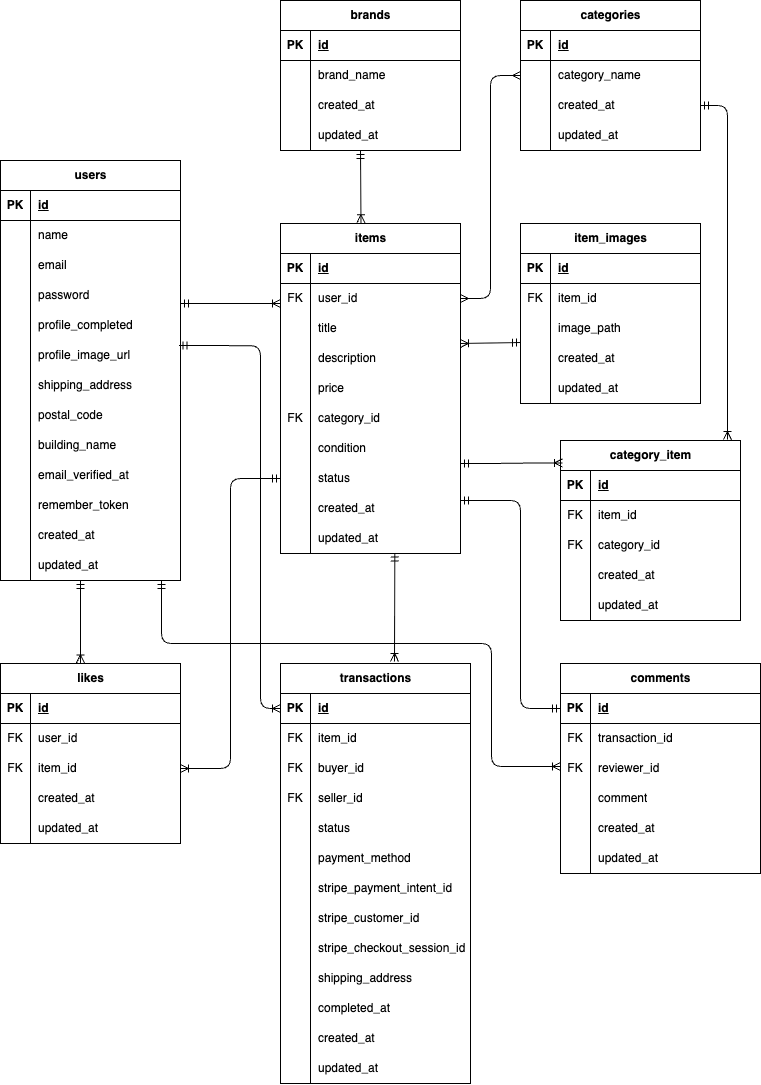
Above: er.drawio.png in S185900/flea-market-app (draw.io), before the change. Source tidied: cells renumbered, new cells last; positions are measured from the earlier drawing's top-left corner, leaving out a move shared by most shapes.
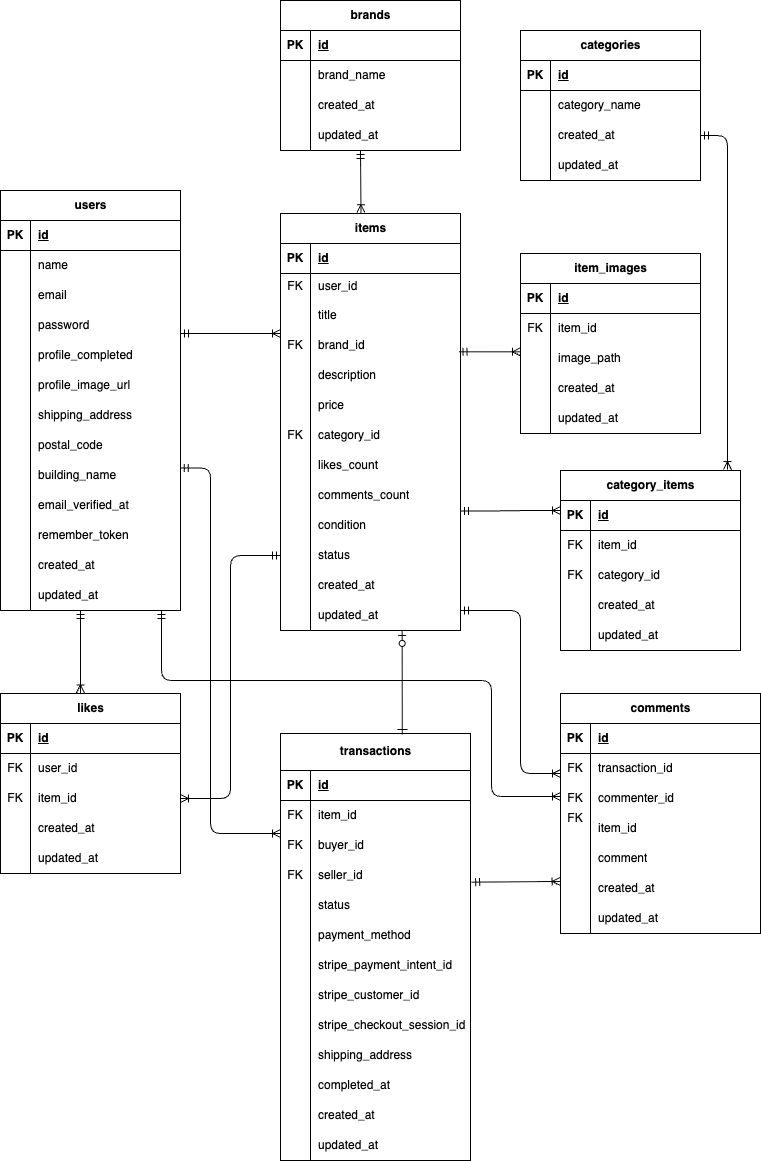
After the change.

What changed in the source:
```diff
@@ -1,2 +1,2 @@
-<mxGraphModel>
+<mxGraphModel background="#FFFFFF">
   <root>
@@ -125,3 +125,3 @@
     <mxCell id="42" value="items" style="shape=table;startSize=30;rowLines=0;fontStyle=1;align=center;html=1;" parent="1" vertex="1">
-      <mxGeometry x="280" y="223" width="180" height="330" as="geometry" />
+      <mxGeometry x="280" y="183" width="180" height="417" as="geometry" />
     </mxCell>
@@ -137,12 +137,12 @@
     <mxCell id="46" style="shape=tableRow;horizontal=0;startSize=0;swimlaneHead=0;swimlaneBody=0;fillColor=none;points=[[0,0.5],[1,0.5]];portConstraint=eastwest;top=0;left=0;right=0;bottom=0;" parent="42" vertex="1">
-      <mxGeometry y="60" width="180" height="30" as="geometry" />
+      <mxGeometry y="60" width="180" height="27" as="geometry" />
     </mxCell>
     <mxCell id="47" value="FK" style="shape=partialRectangle;fillColor=none;top=0;left=0;bottom=0;right=0;overflow=hidden;whiteSpace=wrap;html=1;" parent="46" vertex="1">
-      <mxGeometry width="30" height="30" as="geometry" />
+      <mxGeometry width="30" height="27" as="geometry" />
     </mxCell>
     <mxCell id="48" value="user_id" style="shape=partialRectangle;fillColor=none;top=0;left=0;bottom=0;right=0;align=left;spacingLeft=6;overflow=hidden;whiteSpace=wrap;html=1;" parent="46" vertex="1">
-      <mxGeometry x="30" width="150" height="30" as="geometry" />
+      <mxGeometry x="30" width="150" height="27" as="geometry" />
     </mxCell>
     <mxCell id="49" style="shape=tableRow;horizontal=0;startSize=0;swimlaneHead=0;swimlaneBody=0;fillColor=none;top=0;left=0;right=0;bottom=0;" parent="42" vertex="1">
-      <mxGeometry y="90" width="180" height="30" as="geometry" />
+      <mxGeometry y="87" width="180" height="30" as="geometry" />
     </mxCell>
@@ -154,4 +154,13 @@
     </mxCell>
+    <mxCell id="218" style="shape=tableRow;horizontal=0;startSize=0;swimlaneHead=0;swimlaneBody=0;fillColor=none;points=[[0,0.5],[1,0.5]];portConstraint=eastwest;top=0;left=0;right=0;bottom=0;" parent="42" vertex="1">
+      <mxGeometry y="117" width="180" height="30" as="geometry" />
+    </mxCell>
+    <mxCell id="219" style="shape=partialRectangle;fillColor=none;top=0;left=0;bottom=0;right=0;overflow=hidden;whiteSpace=wrap;html=1;" parent="218" vertex="1">
+      <mxGeometry width="30" height="30" as="geometry" />
+    </mxCell>
+    <mxCell id="220" value="brand_id" style="shape=partialRectangle;fillColor=none;top=0;left=0;bottom=0;right=0;align=left;spacingLeft=6;overflow=hidden;whiteSpace=wrap;html=1;" parent="218" vertex="1">
+      <mxGeometry x="30" width="150" height="30" as="geometry" />
+    </mxCell>
     <mxCell id="52" style="shape=tableRow;horizontal=0;startSize=0;swimlaneHead=0;swimlaneBody=0;fillColor=none;top=0;left=0;right=0;bottom=0;" parent="42" vertex="1">
-      <mxGeometry y="120" width="180" height="30" as="geometry" />
+      <mxGeometry y="147" width="180" height="30" as="geometry" />
     </mxCell>
@@ -164,3 +173,3 @@
     <mxCell id="55" style="shape=tableRow;horizontal=0;startSize=0;swimlaneHead=0;swimlaneBody=0;fillColor=none;top=0;left=0;right=0;bottom=0;" parent="42" vertex="1">
-      <mxGeometry y="150" width="180" height="30" as="geometry" />
+      <mxGeometry y="177" width="180" height="30" as="geometry" />
     </mxCell>
@@ -173,3 +182,3 @@
     <mxCell id="58" style="shape=tableRow;horizontal=0;startSize=0;swimlaneHead=0;swimlaneBody=0;fillColor=none;top=0;left=0;right=0;bottom=0;" parent="42" vertex="1">
-      <mxGeometry y="180" width="180" height="30" as="geometry" />
+      <mxGeometry y="207" width="180" height="30" as="geometry" />
     </mxCell>
@@ -181,4 +190,22 @@
     </mxCell>
+    <mxCell id="221" style="shape=tableRow;horizontal=0;startSize=0;swimlaneHead=0;swimlaneBody=0;fillColor=none;top=0;left=0;right=0;bottom=0;" parent="42" vertex="1">
+      <mxGeometry y="237" width="180" height="30" as="geometry" />
+    </mxCell>
+    <mxCell id="222" style="shape=partialRectangle;fillColor=none;top=0;left=0;bottom=0;right=0;overflow=hidden;whiteSpace=wrap;html=1;" parent="221" vertex="1">
+      <mxGeometry width="30" height="30" as="geometry" />
+    </mxCell>
+    <mxCell id="223" value="likes_count" style="shape=partialRectangle;fillColor=none;top=0;left=0;bottom=0;right=0;align=left;spacingLeft=6;overflow=hidden;whiteSpace=wrap;html=1;" parent="221" vertex="1">
+      <mxGeometry x="30" width="150" height="30" as="geometry" />
+    </mxCell>
+    <mxCell id="224" style="shape=tableRow;horizontal=0;startSize=0;swimlaneHead=0;swimlaneBody=0;fillColor=none;top=0;left=0;right=0;bottom=0;" parent="42" vertex="1">
+      <mxGeometry y="267" width="180" height="30" as="geometry" />
+    </mxCell>
+    <mxCell id="225" style="shape=partialRectangle;fillColor=none;top=0;left=0;bottom=0;right=0;overflow=hidden;whiteSpace=wrap;html=1;" parent="224" vertex="1">
+      <mxGeometry width="30" height="30" as="geometry" />
+    </mxCell>
+    <mxCell id="226" value="comments_count" style="shape=partialRectangle;fillColor=none;top=0;left=0;bottom=0;right=0;align=left;spacingLeft=6;overflow=hidden;whiteSpace=wrap;html=1;" parent="224" vertex="1">
+      <mxGeometry x="30" width="150" height="30" as="geometry" />
+    </mxCell>
     <mxCell id="61" style="shape=tableRow;horizontal=0;startSize=0;swimlaneHead=0;swimlaneBody=0;fillColor=none;top=0;left=0;right=0;bottom=0;" parent="42" vertex="1">
-      <mxGeometry y="210" width="180" height="30" as="geometry" />
+      <mxGeometry y="297" width="180" height="30" as="geometry" />
     </mxCell>
@@ -191,3 +218,3 @@
     <mxCell id="64" style="shape=tableRow;horizontal=0;startSize=0;swimlaneHead=0;swimlaneBody=0;fillColor=none;points=[[0,0.5],[1,0.5]];portConstraint=eastwest;top=0;left=0;right=0;bottom=0;" parent="42" vertex="1">
-      <mxGeometry y="240" width="180" height="30" as="geometry" />
+      <mxGeometry y="327" width="180" height="30" as="geometry" />
     </mxCell>
@@ -200,3 +227,3 @@
     <mxCell id="67" style="shape=tableRow;horizontal=0;startSize=0;swimlaneHead=0;swimlaneBody=0;fillColor=none;top=0;left=0;right=0;bottom=0;" parent="42" vertex="1">
-      <mxGeometry y="270" width="180" height="30" as="geometry" />
+      <mxGeometry y="357" width="180" height="30" as="geometry" />
     </mxCell>
@@ -209,3 +236,3 @@
     <mxCell id="70" style="shape=tableRow;horizontal=0;startSize=0;swimlaneHead=0;swimlaneBody=0;fillColor=none;points=[[0,0.5],[1,0.5]];portConstraint=eastwest;top=0;left=0;right=0;bottom=0;" parent="42" vertex="1">
-      <mxGeometry y="300" width="180" height="30" as="geometry" />
+      <mxGeometry y="387" width="180" height="30" as="geometry" />
     </mxCell>
@@ -256,7 +283,7 @@
     </mxCell>
-    <mxCell id="86" value="&lt;span class=&quot;notion-enable-hover&quot;&gt;transactions&lt;/span&gt;" style="shape=table;startSize=30;rowLines=0;fontStyle=1;align=center;html=1;" parent="1" vertex="1">
-      <mxGeometry x="280" y="663" width="190" height="420" as="geometry" />
+    <mxCell id="86" value="&lt;span class=&quot;notion-enable-hover&quot;&gt;transactions&lt;/span&gt;" style="shape=table;startSize=37;rowLines=0;fontStyle=1;align=center;html=1;" parent="1" vertex="1">
+      <mxGeometry x="280" y="703" width="190" height="427" as="geometry" />
     </mxCell>
     <mxCell id="87" style="shape=tableRow;horizontal=0;startSize=0;swimlaneHead=0;swimlaneBody=0;fillColor=none;points=[[0,0.5],[1,0.5]];portConstraint=eastwest;top=0;left=0;right=0;bottom=1;" parent="86" vertex="1">
-      <mxGeometry y="30" width="190" height="30" as="geometry" />
+      <mxGeometry y="37" width="190" height="30" as="geometry" />
     </mxCell>
@@ -269,3 +296,3 @@
     <mxCell id="90" style="shape=tableRow;horizontal=0;startSize=0;swimlaneHead=0;swimlaneBody=0;fillColor=none;top=0;left=0;right=0;bottom=0;" parent="86" vertex="1">
-      <mxGeometry y="60" width="190" height="30" as="geometry" />
+      <mxGeometry y="67" width="190" height="30" as="geometry" />
     </mxCell>
@@ -278,3 +305,3 @@
     <mxCell id="93" style="shape=tableRow;horizontal=0;startSize=0;swimlaneHead=0;swimlaneBody=0;fillColor=none;top=0;left=0;right=0;bottom=0;" parent="86" vertex="1">
-      <mxGeometry y="90" width="190" height="30" as="geometry" />
+      <mxGeometry y="97" width="190" height="30" as="geometry" />
     </mxCell>
@@ -287,3 +314,3 @@
     <mxCell id="96" style="shape=tableRow;horizontal=0;startSize=0;swimlaneHead=0;swimlaneBody=0;fillColor=none;points=[[0,0.5],[1,0.5]];portConstraint=eastwest;top=0;left=0;right=0;bottom=0;" parent="86" vertex="1">
-      <mxGeometry y="120" width="190" height="30" as="geometry" />
+      <mxGeometry y="127" width="190" height="30" as="geometry" />
     </mxCell>
@@ -296,3 +323,3 @@
     <mxCell id="99" style="shape=tableRow;horizontal=0;startSize=0;swimlaneHead=0;swimlaneBody=0;fillColor=none;top=0;left=0;right=0;bottom=0;" parent="86" vertex="1">
-      <mxGeometry y="150" width="190" height="30" as="geometry" />
+      <mxGeometry y="157" width="190" height="30" as="geometry" />
     </mxCell>
@@ -305,3 +332,3 @@
     <mxCell id="102" style="shape=tableRow;horizontal=0;startSize=0;swimlaneHead=0;swimlaneBody=0;fillColor=none;top=0;left=0;right=0;bottom=0;" parent="86" vertex="1">
-      <mxGeometry y="180" width="190" height="30" as="geometry" />
+      <mxGeometry y="187" width="190" height="30" as="geometry" />
     </mxCell>
@@ -314,3 +341,3 @@
     <mxCell id="105" style="shape=tableRow;horizontal=0;startSize=0;swimlaneHead=0;swimlaneBody=0;fillColor=none;top=0;left=0;right=0;bottom=0;" parent="86" vertex="1">
-      <mxGeometry y="210" width="190" height="30" as="geometry" />
+      <mxGeometry y="217" width="190" height="30" as="geometry" />
     </mxCell>
@@ -323,3 +350,3 @@
     <mxCell id="108" style="shape=tableRow;horizontal=0;startSize=0;swimlaneHead=0;swimlaneBody=0;fillColor=none;top=0;left=0;right=0;bottom=0;" parent="86" vertex="1">
-      <mxGeometry y="240" width="190" height="30" as="geometry" />
+      <mxGeometry y="247" width="190" height="30" as="geometry" />
     </mxCell>
@@ -332,3 +359,3 @@
     <mxCell id="111" style="shape=tableRow;horizontal=0;startSize=0;swimlaneHead=0;swimlaneBody=0;fillColor=none;top=0;left=0;right=0;bottom=0;" parent="86" vertex="1">
-      <mxGeometry y="270" width="190" height="30" as="geometry" />
+      <mxGeometry y="277" width="190" height="30" as="geometry" />
     </mxCell>
@@ -341,3 +368,3 @@
     <mxCell id="114" style="shape=tableRow;horizontal=0;startSize=0;swimlaneHead=0;swimlaneBody=0;fillColor=none;top=0;left=0;right=0;bottom=0;" parent="86" vertex="1">
-      <mxGeometry y="300" width="190" height="30" as="geometry" />
+      <mxGeometry y="307" width="190" height="30" as="geometry" />
     </mxCell>
@@ -350,3 +377,3 @@
     <mxCell id="117" style="shape=tableRow;horizontal=0;startSize=0;swimlaneHead=0;swimlaneBody=0;fillColor=none;top=0;left=0;right=0;bottom=0;" parent="86" vertex="1">
-      <mxGeometry y="330" width="190" height="30" as="geometry" />
+      <mxGeometry y="337" width="190" height="30" as="geometry" />
     </mxCell>
@@ -359,3 +386,3 @@
     <mxCell id="120" style="shape=tableRow;horizontal=0;startSize=0;swimlaneHead=0;swimlaneBody=0;fillColor=none;top=0;left=0;right=0;bottom=0;" parent="86" vertex="1">
-      <mxGeometry y="360" width="190" height="30" as="geometry" />
+      <mxGeometry y="367" width="190" height="30" as="geometry" />
     </mxCell>
@@ -368,3 +395,3 @@
     <mxCell id="123" style="shape=tableRow;horizontal=0;startSize=0;swimlaneHead=0;swimlaneBody=0;fillColor=none;top=0;left=0;right=0;bottom=0;" parent="86" vertex="1">
-      <mxGeometry y="390" width="190" height="30" as="geometry" />
+      <mxGeometry y="397" width="190" height="30" as="geometry" />
     </mxCell>
@@ -425,3 +452,3 @@
     <mxCell id="142" value="&lt;span class=&quot;notion-enable-hover&quot;&gt;comments&lt;/span&gt;" style="shape=table;startSize=30;rowLines=0;fontStyle=1;align=center;html=1;" parent="1" vertex="1">
-      <mxGeometry x="560" y="663" width="200" height="210" as="geometry" />
+      <mxGeometry x="560" y="663" width="200" height="240" as="geometry" />
     </mxCell>
@@ -451,7 +478,16 @@
     </mxCell>
-    <mxCell id="151" value="reviewer_id" style="shape=partialRectangle;fillColor=none;top=0;left=0;bottom=0;right=0;align=left;spacingLeft=6;overflow=hidden;whiteSpace=wrap;html=1;" parent="149" vertex="1">
+    <mxCell id="151" value="commenter_id" style="shape=partialRectangle;fillColor=none;top=0;left=0;bottom=0;right=0;align=left;spacingLeft=6;overflow=hidden;whiteSpace=wrap;html=1;" parent="149" vertex="1">
       <mxGeometry x="30" width="170" height="30" as="geometry" />
     </mxCell>
+    <mxCell id="227" style="shape=tableRow;horizontal=0;startSize=0;swimlaneHead=0;swimlaneBody=0;fillColor=none;top=0;left=0;right=0;bottom=0;" parent="142" vertex="1">
+      <mxGeometry y="120" width="200" height="30" as="geometry" />
+    </mxCell>
+    <mxCell id="228" style="shape=partialRectangle;fillColor=none;top=0;left=0;bottom=0;right=0;overflow=hidden;whiteSpace=wrap;html=1;" parent="227" vertex="1">
+      <mxGeometry width="30" height="30" as="geometry" />
+    </mxCell>
+    <mxCell id="229" value="item_id" style="shape=partialRectangle;fillColor=none;top=0;left=0;bottom=0;right=0;align=left;spacingLeft=6;overflow=hidden;whiteSpace=wrap;html=1;" parent="227" vertex="1">
+      <mxGeometry x="30" width="170" height="30" as="geometry" />
+    </mxCell>
     <mxCell id="152" style="shape=tableRow;horizontal=0;startSize=0;swimlaneHead=0;swimlaneBody=0;fillColor=none;top=0;left=0;right=0;bottom=0;" parent="142" vertex="1">
-      <mxGeometry y="120" width="200" height="30" as="geometry" />
+      <mxGeometry y="150" width="200" height="30" as="geometry" />
     </mxCell>
@@ -464,3 +500,3 @@
     <mxCell id="155" style="shape=tableRow;horizontal=0;startSize=0;swimlaneHead=0;swimlaneBody=0;fillColor=none;points=[[0,0.5],[1,0.5]];portConstraint=eastwest;top=0;left=0;right=0;bottom=0;" parent="142" vertex="1">
-      <mxGeometry y="150" width="200" height="30" as="geometry" />
+      <mxGeometry y="180" width="200" height="30" as="geometry" />
     </mxCell>
@@ -473,3 +509,3 @@
     <mxCell id="158" style="shape=tableRow;horizontal=0;startSize=0;swimlaneHead=0;swimlaneBody=0;fillColor=none;top=0;left=0;right=0;bottom=0;" parent="142" vertex="1">
-      <mxGeometry y="180" width="200" height="30" as="geometry" />
+      <mxGeometry y="210" width="200" height="30" as="geometry" />
     </mxCell>
@@ -529,12 +565,2 @@
     </mxCell>
-    <mxCell id="177" style="edgeStyle=orthogonalEdgeStyle;fontSize=12;html=1;endArrow=ERmandOne;startArrow=ERmandOne;exitX=0;exitY=0.5;exitDx=0;exitDy=0;" parent="1" edge="1" source="143">
-      <mxGeometry relative="1" as="geometry">
-        <mxPoint x="460" y="500" as="targetPoint" />
-        <Array as="points">
-          <mxPoint x="520" y="708" />
-          <mxPoint x="520" y="500" />
-          <mxPoint x="460" y="500" />
-        </Array>
-      </mxGeometry>
-    </mxCell>
     <mxCell id="178" style="edgeStyle=entityRelationEdgeStyle;fontSize=12;html=1;endArrow=ERoneToMany;startArrow=ERmandOne;exitX=1;exitY=0.5;exitDx=0;exitDy=0;entryX=0;entryY=0.5;entryDx=0;entryDy=0;" parent="1" edge="1">
@@ -545,15 +571,2 @@
     </mxCell>
-    <mxCell id="179" style="fontSize=12;html=1;endArrow=ERoneToMany;startArrow=ERmandOne;exitX=0.635;exitY=0.986;exitDx=0;exitDy=0;exitPerimeter=0;" parent="1" edge="1" source="70">
-      <mxGeometry relative="1" as="geometry">
-        <mxPoint x="394" y="661" as="targetPoint" />
-      </mxGeometry>
-    </mxCell>
-    <mxCell id="180" style="edgeStyle=orthogonalEdgeStyle;fontSize=12;html=1;endArrow=ERoneToMany;startArrow=ERmandOne;entryX=0;entryY=0.5;entryDx=0;entryDy=0;exitX=0.992;exitY=0.169;exitDx=0;exitDy=0;exitPerimeter=0;" parent="1" edge="1" source="18" target="87">
-      <mxGeometry relative="1" as="geometry">
-        <Array as="points">
-          <mxPoint x="260" y="345" />
-          <mxPoint x="260" y="708" />
-        </Array>
-      </mxGeometry>
-    </mxCell>
     <mxCell id="181" style="fontSize=12;html=1;endArrow=ERoneToMany;startArrow=ERmandOne;entryX=0.666;entryY=0.003;entryDx=0;entryDy=0;entryPerimeter=0;" parent="1" edge="1">
@@ -572,4 +585,4 @@
         <Array as="points">
-          <mxPoint x="161" y="643" />
-          <mxPoint x="491" y="643" />
+          <mxPoint x="161" y="650" />
+          <mxPoint x="491" y="650" />
           <mxPoint x="491" y="766" />
@@ -579,3 +592,3 @@
     <mxCell id="184" value="brands" style="shape=table;startSize=30;rowLines=0;fontStyle=1;align=center;html=1;" parent="1" vertex="1">
-      <mxGeometry x="280" width="180" height="150" as="geometry" />
+      <mxGeometry x="280" y="-30" width="180" height="150" as="geometry" />
     </mxCell>
@@ -619,11 +632,6 @@
       <mxGeometry relative="1" as="geometry">
-        <mxPoint x="360" y="150" as="sourcePoint" />
+        <mxPoint x="360" y="120" as="sourcePoint" />
       </mxGeometry>
     </mxCell>
-    <mxCell id="198" style="fontSize=12;html=1;endArrow=ERoneToMany;startArrow=ERmandOne;exitX=0;exitY=-0.033;exitDx=0;exitDy=0;exitPerimeter=0;" parent="1" edge="1" source="136">
-      <mxGeometry relative="1" as="geometry">
-        <mxPoint x="460" y="343" as="targetPoint" />
-      </mxGeometry>
-    </mxCell>
-    <mxCell id="199" value="category_item" style="shape=table;startSize=30;rowLines=0;fontStyle=1;align=center;html=1;" parent="1" vertex="1">
+    <mxCell id="199" value="category_items" style="shape=table;startSize=30;rowLines=0;fontStyle=1;align=center;html=1;" parent="1" vertex="1">
       <mxGeometry x="560" y="440" width="180" height="180" as="geometry" />
@@ -675,5 +683,6 @@
     </mxCell>
-    <mxCell id="215" style="edgeStyle=entityRelationEdgeStyle;fontSize=12;html=1;endArrow=ERoneToMany;startArrow=ERmandOne;entryX=0.011;entryY=0.125;entryDx=0;entryDy=0;entryPerimeter=0;" parent="1" edge="1" target="199">
+    <mxCell id="215" style="edgeStyle=entityRelationEdgeStyle;fontSize=12;html=1;endArrow=ERoneToMany;startArrow=ERmandOne;" parent="1" edge="1">
       <mxGeometry relative="1" as="geometry">
-        <mxPoint x="460" y="463" as="sourcePoint" />
+        <mxPoint x="460" y="480.5" as="sourcePoint" />
+        <mxPoint x="560" y="480" as="targetPoint" />
       </mxGeometry>
@@ -683,5 +692,42 @@
     </mxCell>
-    <mxCell id="217" style="edgeStyle=entityRelationEdgeStyle;fontSize=12;html=1;endArrow=ERmany;startArrow=ERmany;entryX=0;entryY=0.5;entryDx=0;entryDy=0;exitX=1;exitY=0.5;exitDx=0;exitDy=0;" parent="1" edge="1" source="46" target="77">
-      <mxGeometry relative="1" as="geometry" />
-    </mxCell>
+    <mxCell id="230" value="FK" style="shape=partialRectangle;fillColor=none;top=0;left=0;bottom=0;right=0;overflow=hidden;whiteSpace=wrap;html=1;" parent="1" vertex="1">
+      <mxGeometry x="280" y="300" width="30" height="30" as="geometry" />
+    </mxCell>
+    <mxCell id="231" value="FK" style="shape=partialRectangle;fillColor=none;top=0;left=0;bottom=0;right=0;overflow=hidden;whiteSpace=wrap;html=1;" parent="1" vertex="1">
+      <mxGeometry x="560" y="773" width="30" height="30" as="geometry" />
+    </mxCell>
+    <mxCell id="232" style="edgeStyle=orthogonalEdgeStyle;fontSize=12;html=1;endArrow=ERoneToMany;startArrow=ERmandOne;exitX=1.016;exitY=0.267;exitDx=0;exitDy=0;exitPerimeter=0;" parent="1" edge="1" target="146">
+      <mxGeometry relative="1" as="geometry">
+        <mxPoint x="460" y="580" as="sourcePoint" />
+        <Array as="points">
+          <mxPoint x="520" y="580" />
+          <mxPoint x="520" y="743" />
+        </Array>
+      </mxGeometry>
+    </mxCell>
+    <mxCell id="233" style="edgeStyle=orthogonalEdgeStyle;fontSize=12;html=1;endArrow=ERoneToMany;startArrow=ERmandOne;exitX=0.998;exitY=0.748;exitDx=0;exitDy=0;exitPerimeter=0;" parent="1" edge="1">
+      <mxGeometry relative="1" as="geometry">
+        <mxPoint x="179.6" y="437.4" as="sourcePoint" />
+        <mxPoint x="280" y="803" as="targetPoint" />
+        <Array as="points">
+          <mxPoint x="210" y="437" />
+          <mxPoint x="210" y="803" />
+        </Array>
+      </mxGeometry>
+    </mxCell>
+    <mxCell id="234" style="fontSize=12;html=1;endArrow=ERoneToMany;startArrow=ERmandOne;exitX=0.992;exitY=0.71;exitDx=0;exitDy=0;exitPerimeter=0;entryX=0;entryY=0.277;entryDx=0;entryDy=0;entryPerimeter=0;" parent="1" edge="1" source="218" target="133">
+      <mxGeometry relative="1" as="geometry" />
+    </mxCell>
+    <mxCell id="235" style="fontSize=12;html=1;endArrow=ERoneToMany;startArrow=ERmandOne;exitX=1.006;exitY=0.723;exitDx=0;exitDy=0;exitPerimeter=0;entryX=-0.002;entryY=0.264;entryDx=0;entryDy=0;entryPerimeter=0;" parent="1" edge="1" source="96" target="155">
+      <mxGeometry relative="1" as="geometry" />
+    </mxCell>
+    <mxCell id="236" style="fontSize=12;html=1;endArrow=ERzeroToOne;endFill=1;entryX=0.676;entryY=1.031;entryDx=0;entryDy=0;entryPerimeter=0;exitX=0.641;exitY=0.002;exitDx=0;exitDy=0;exitPerimeter=0;" parent="1" edge="1" source="86" target="70">
+      <mxGeometry relative="1" as="geometry" />
+    </mxCell>
+    <mxCell id="237" style="endArrow=none;html=1;rounded=0;" parent="1" edge="1">
+      <mxGeometry relative="1" as="geometry">
+        <mxPoint x="397" y="699" as="sourcePoint" />
+        <mxPoint x="407" y="699" as="targetPoint" />
+      </mxGeometry>
+    </mxCell>
   </root>
```
